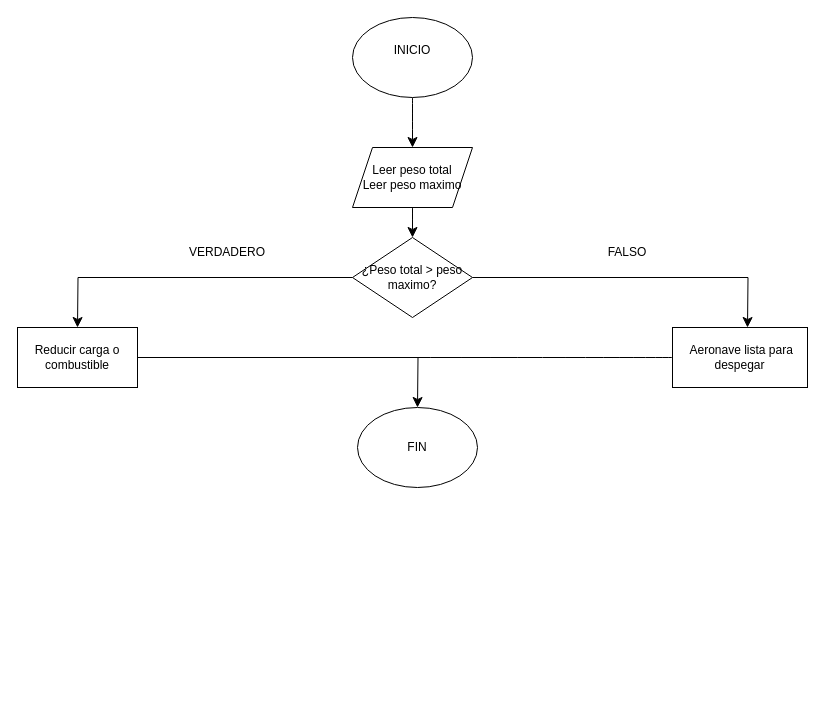
Earlier version of the draw.io diagram MAR.drawio (Sebastian5050942/Toma_notas_Programaci-n). Source tidied: cells renumbered, new cells numbered last; positions are measured from the earlier drawing's top-left corner, leaving out a move shared by most shapes. Both pictures are drawn from the tidied source at 100%, with x=0, y=0 at pixel (17, 17).
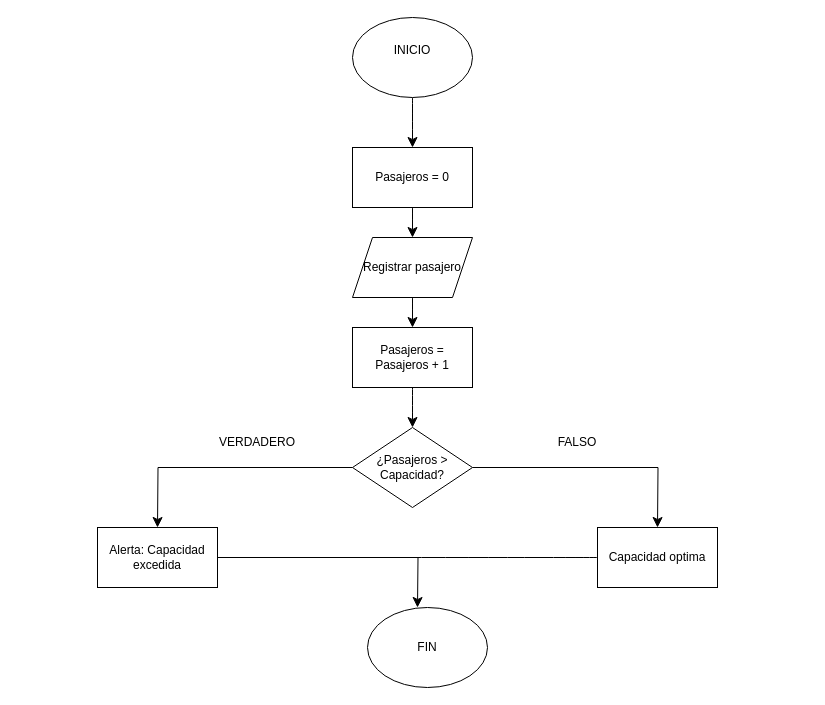
The same page after the edit.

Change to the diagram source:
```diff
@@
-    <mxCell id="4" style="edgeStyle=none;curved=1;rounded=0;jettySize=auto;html=1;fontSize=12;startSize=8;endSize=8;" parent="1" edge="1" source="5">
-      <mxGeometry relative="1" as="geometry">
-        <mxPoint x="395" y="220" as="targetPoint" />
-      </mxGeometry>
-    </mxCell>
-    <mxCell id="5" value="&lt;div&gt;Leer peso total&lt;/div&gt;&lt;div&gt;Leer peso maximo&lt;/div&gt;" style="shape=parallelogram;perimeter=parallelogramPerimeter;whiteSpace=wrap;html=1;shapeInside=1;fixedSize=1;" parent="1" vertex="1">
-      <mxGeometry x="335" y="130" width="120" height="60" as="geometry" />
-    </mxCell>
-    <mxCell id="6" style="edgeStyle=orthogonalEdgeStyle;rounded=0;jettySize=auto;html=1;fontSize=12;startSize=8;endSize=8;" parent="1" edge="1" source="8">
-      <mxGeometry relative="1" as="geometry">
-        <mxPoint x="60" y="310" as="targetPoint" />
-      </mxGeometry>
-    </mxCell>
-    <mxCell id="7" style="edgeStyle=orthogonalEdgeStyle;rounded=0;jettySize=auto;html=1;fontSize=12;startSize=8;endSize=8;" parent="1" edge="1" source="8">
-      <mxGeometry relative="1" as="geometry">
-        <mxPoint x="730" y="310" as="targetPoint" />
-      </mxGeometry>
-    </mxCell>
-    <mxCell id="8" value="¿Peso total &amp;gt; peso maximo?" style="rhombus;whiteSpace=wrap;html=1;shapeInside=1;" parent="1" vertex="1">
-      <mxGeometry x="335" y="220" width="120" height="80" as="geometry" />
-    </mxCell>
+    <mxCell id="16" style="edgeStyle=none;curved=1;rounded=0;jettySize=auto;html=1;fontSize=12;startSize=8;endSize=8;" parent="1" edge="1" source="17">
+      <mxGeometry relative="1" as="geometry">
+        <mxPoint x="395" y="220" as="targetPoint" />
+      </mxGeometry>
+    </mxCell>
+    <mxCell id="17" value="Pasajeros = 0" style="rounded=0;whiteSpace=wrap;html=1;" parent="1" vertex="1">
+      <mxGeometry x="335" y="130" width="120" height="60" as="geometry" />
+    </mxCell>
+    <mxCell id="18" style="edgeStyle=none;curved=1;rounded=0;jettySize=auto;html=1;fontSize=12;startSize=8;endSize=8;" parent="1" edge="1" source="19">
+      <mxGeometry relative="1" as="geometry">
+        <mxPoint x="395" y="310" as="targetPoint" />
+      </mxGeometry>
+    </mxCell>
+    <mxCell id="19" value="Registrar pasajero" style="shape=parallelogram;perimeter=parallelogramPerimeter;whiteSpace=wrap;html=1;shapeInside=1;fixedSize=1;" parent="1" vertex="1">
+      <mxGeometry x="335" y="220" width="120" height="60" as="geometry" />
+    </mxCell>
+    <mxCell id="20" style="edgeStyle=none;curved=1;rounded=0;jettySize=auto;html=1;fontSize=12;startSize=8;endSize=8;" parent="1" edge="1" source="21">
+      <mxGeometry relative="1" as="geometry">
+        <mxPoint x="395" y="410" as="targetPoint" />
+      </mxGeometry>
+    </mxCell>
+    <mxCell id="21" value="Pasajeros = Pasajeros + 1" style="rounded=0;whiteSpace=wrap;html=1;" parent="1" vertex="1">
+      <mxGeometry x="335" y="310" width="120" height="60" as="geometry" />
+    </mxCell>
+    <mxCell id="22" style="edgeStyle=orthogonalEdgeStyle;rounded=0;jettySize=auto;html=1;fontSize=12;startSize=8;endSize=8;" parent="1" edge="1" source="24">
+      <mxGeometry relative="1" as="geometry">
+        <mxPoint x="140" y="510" as="targetPoint" />
+      </mxGeometry>
+    </mxCell>
+    <mxCell id="23" style="edgeStyle=orthogonalEdgeStyle;rounded=0;jettySize=auto;html=1;fontSize=12;startSize=8;endSize=8;" parent="1" edge="1" source="24">
+      <mxGeometry relative="1" as="geometry">
+        <mxPoint x="640" y="510" as="targetPoint" />
+      </mxGeometry>
+    </mxCell>
+    <mxCell id="24" value="¿Pasajeros &amp;gt; Capacidad?" style="rhombus;whiteSpace=wrap;html=1;shapeInside=1;" parent="1" vertex="1">
+      <mxGeometry x="335" y="410" width="120" height="80" as="geometry" />
+    </mxCell>
     <mxCell id="9" value="VERDADERO" style="text;html=1;whiteSpace=wrap;strokeColor=none;fillColor=none;align=center;verticalAlign=middle;rounded=0;" parent="1" vertex="1">
-      <mxGeometry x="180" y="220" width="60" height="30" as="geometry" />
+      <mxGeometry x="210" y="410" width="60" height="30" as="geometry" />
     </mxCell>
     <mxCell id="10" value="FALSO" style="text;html=1;whiteSpace=wrap;strokeColor=none;fillColor=none;align=center;verticalAlign=middle;rounded=0;" parent="1" vertex="1">
-      <mxGeometry x="580" y="220" width="60" height="30" as="geometry" />
+      <mxGeometry x="530" y="410" width="60" height="30" as="geometry" />
     </mxCell>
-    <mxCell id="11" style="edgeStyle=orthogonalEdgeStyle;rounded=0;jettySize=auto;html=1;fontSize=12;startSize=8;endSize=8;" parent="1" edge="1" source="12">
-      <mxGeometry relative="1" as="geometry">
-        <mxPoint x="400" y="390" as="targetPoint" />
-      </mxGeometry>
-    </mxCell>
-    <mxCell id="12" value="Reducir carga o combustible" style="rounded=0;whiteSpace=wrap;html=1;" parent="1" vertex="1">
-      <mxGeometry y="310" width="120" height="60" as="geometry" />
-    </mxCell>
-    <mxCell id="13" style="edgeStyle=none;curved=1;rounded=0;jettySize=auto;html=1;fontSize=12;startSize=8;endSize=8;endArrow=none;endFill=0;" parent="1" edge="1" source="14">
-      <mxGeometry relative="1" as="geometry">
-        <mxPoint x="380" y="340" as="targetPoint" />
-      </mxGeometry>
-    </mxCell>
-    <mxCell id="14" value="&amp;nbsp;Aeronave lista para despegar" style="rounded=0;whiteSpace=wrap;html=1;" parent="1" vertex="1">
-      <mxGeometry x="655" y="310" width="135" height="60" as="geometry" />
-    </mxCell>
+    <mxCell id="25" style="edgeStyle=orthogonalEdgeStyle;rounded=0;jettySize=auto;html=1;fontSize=12;startSize=8;endSize=8;" parent="1" edge="1" source="26">
+      <mxGeometry relative="1" as="geometry">
+        <mxPoint x="400" y="590" as="targetPoint" />
+      </mxGeometry>
+    </mxCell>
+    <mxCell id="26" value="Alerta: Capacidad excedida" style="rounded=0;whiteSpace=wrap;html=1;" parent="1" vertex="1">
+      <mxGeometry x="80" y="510" width="120" height="60" as="geometry" />
+    </mxCell>
+    <mxCell id="27" style="edgeStyle=none;curved=1;rounded=0;jettySize=auto;html=1;fontSize=12;startSize=8;endSize=8;endArrow=none;endFill=0;" parent="1" edge="1" source="28">
+      <mxGeometry relative="1" as="geometry">
+        <mxPoint x="350" y="540" as="targetPoint" />
+      </mxGeometry>
+    </mxCell>
+    <mxCell id="28" value="Capacidad optima" style="rounded=0;whiteSpace=wrap;html=1;" parent="1" vertex="1">
+      <mxGeometry x="580" y="510" width="120" height="60" as="geometry" />
+    </mxCell>
     <mxCell id="15" value="FIN" style="ellipse;whiteSpace=wrap;html=1;shapeInside=1;" parent="1" vertex="1">
-      <mxGeometry x="340" y="390" width="120" height="80" as="geometry" />
+      <mxGeometry x="350" y="590" width="120" height="80" as="geometry" />
     </mxCell>
```
